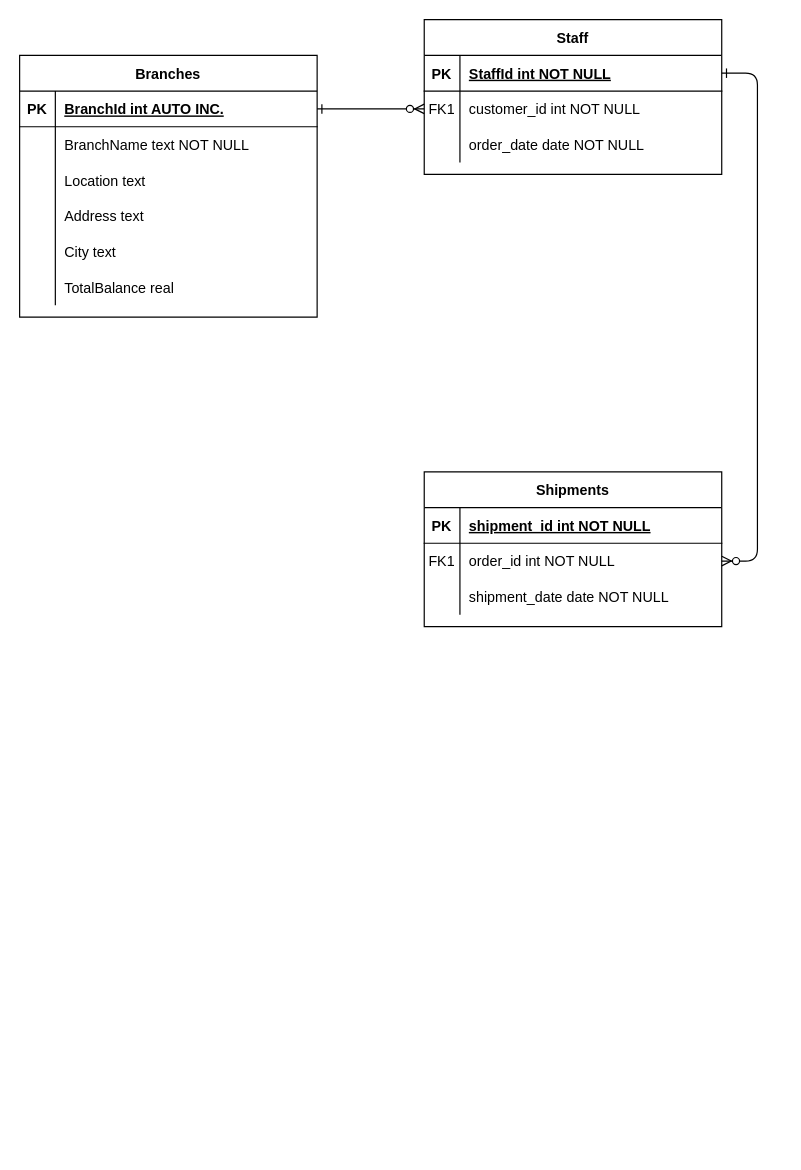
Before: NoteBank.drawio in Eneuss/NoteBank, a draw.io diagram. Source tidied: cells renumbered, new cells numbered last; positions are measured from the earlier drawing's top-left corner, leaving out a move shared by most shapes. Both pictures are drawn from the tidied source at 119%, with x=0, y=0 at pixel (19, 19).
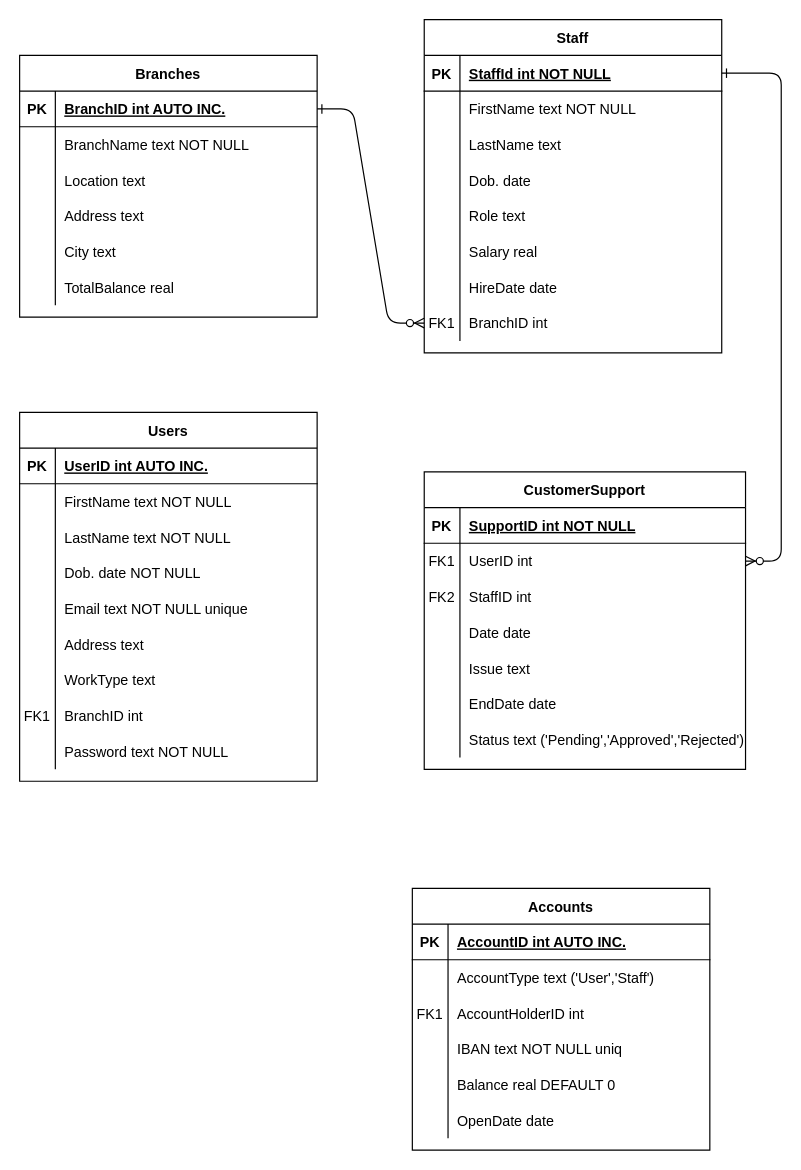
After the change.

Unchanged cells that the change refers to:
```xml
<mxCell id="8" style="shape=partialRectangle;fillColor=none;points=[[0,0.5],[1,0.5]];portConstraint=eastwest;top=0;left=0;right=0;bottom=0;" parent="4" vertex="1">
  <mxGeometry y="60" width="250" height="30" as="geometry" />
</mxCell>
<mxCell id="11" style="shape=partialRectangle;fillColor=none;top=0;left=0;right=0;bottom=0;" parent="4" vertex="1">
  <mxGeometry y="90" width="250" height="30" as="geometry" />
</mxCell>
<mxCell id="25" style="shape=partialRectangle;fillColor=none;points=[[0,0.5],[1,0.5]];portConstraint=eastwest;top=0;left=0;right=0;bottom=1;" parent="24" vertex="1">
  <mxGeometry y="30" width="250" height="30" as="geometry" />
</mxCell>
```

Diff of the diagram source:
```diff
@@
-    <mxCell id="2" style="edgeStyle=entityRelationEdgeStyle;endArrow=ERzeroToMany;startArrow=ERone;endFill=1;startFill=0;" parent="1" edge="1" source="25" target="8">
+    <mxCell id="2" style="edgeStyle=entityRelationEdgeStyle;endArrow=ERzeroToMany;startArrow=ERone;endFill=1;startFill=0;entryX=0;entryY=0.5;entryDx=0;entryDy=0;" parent="1" edge="1" source="25" target="55">
       <mxGeometry relative="1" as="geometry" />
     </mxCell>
@@
     <mxCell id="4" value="Staff" style="shape=table;startSize=30;childLayout=tableLayout;rowLines=0;fontStyle=1;align=center;" parent="1" vertex="1">
-      <mxGeometry x="340" width="250" height="130" as="geometry" />
+      <mxGeometry x="340" width="250" height="280" as="geometry" />
     </mxCell>
@@
-    <mxCell id="9" value="FK1" style="shape=partialRectangle;overflow=hidden;fillColor=none;top=0;left=0;bottom=0;right=0;" parent="8" vertex="1">
+    <mxCell id="9" style="shape=partialRectangle;overflow=hidden;fillColor=none;top=0;left=0;bottom=0;right=0;" parent="8" vertex="1">
       <mxGeometry width="30" height="30" as="geometry" />
     </mxCell>
-    <mxCell id="10" value="customer_id int NOT NULL" style="shape=partialRectangle;overflow=hidden;fillColor=none;top=0;left=0;bottom=0;right=0;align=left;spacingLeft=6;" parent="8" vertex="1">
+    <mxCell id="10" value="FirstName text NOT NULL " style="shape=partialRectangle;overflow=hidden;fillColor=none;top=0;left=0;bottom=0;right=0;align=left;spacingLeft=6;" parent="8" vertex="1">
       <mxGeometry x="30" width="220" height="30" as="geometry" />
     </mxCell>
@@
-    <mxCell id="13" value="order_date date NOT NULL" style="shape=partialRectangle;overflow=hidden;fillColor=none;top=0;left=0;bottom=0;right=0;align=left;spacingLeft=6;" parent="11" vertex="1">
+    <mxCell id="13" value="LastName text" style="shape=partialRectangle;overflow=hidden;fillColor=none;top=0;left=0;bottom=0;right=0;align=left;spacingLeft=6;" parent="11" vertex="1">
       <mxGeometry x="30" width="220" height="30" as="geometry" />
     </mxCell>
+    <mxCell id="43" style="shape=partialRectangle;fillColor=none;top=0;left=0;right=0;bottom=0;" parent="4" vertex="1">
+      <mxGeometry y="120" width="250" height="30" as="geometry" />
+    </mxCell>
+    <mxCell id="44" style="shape=partialRectangle;overflow=hidden;fillColor=none;top=0;left=0;bottom=0;right=0;" parent="43" vertex="1">
+      <mxGeometry width="30" height="30" as="geometry" />
+    </mxCell>
+    <mxCell id="45" value="Dob. date" style="shape=partialRectangle;overflow=hidden;fillColor=none;top=0;left=0;bottom=0;right=0;align=left;spacingLeft=6;" parent="43" vertex="1">
+      <mxGeometry x="30" width="220" height="30" as="geometry" />
+    </mxCell>
+    <mxCell id="46" style="shape=partialRectangle;fillColor=none;top=0;left=0;right=0;bottom=0;" parent="4" vertex="1">
+      <mxGeometry y="150" width="250" height="30" as="geometry" />
+    </mxCell>
+    <mxCell id="47" style="shape=partialRectangle;overflow=hidden;fillColor=none;top=0;left=0;bottom=0;right=0;" parent="46" vertex="1">
+      <mxGeometry width="30" height="30" as="geometry" />
+    </mxCell>
+    <mxCell id="48" value="Role text" style="shape=partialRectangle;overflow=hidden;fillColor=none;top=0;left=0;bottom=0;right=0;align=left;spacingLeft=6;" parent="46" vertex="1">
+      <mxGeometry x="30" width="220" height="30" as="geometry" />
+    </mxCell>
+    <mxCell id="49" style="shape=partialRectangle;fillColor=none;top=0;left=0;right=0;bottom=0;" parent="4" vertex="1">
+      <mxGeometry y="180" width="250" height="30" as="geometry" />
+    </mxCell>
+    <mxCell id="50" style="shape=partialRectangle;overflow=hidden;fillColor=none;top=0;left=0;bottom=0;right=0;" parent="49" vertex="1">
+      <mxGeometry width="30" height="30" as="geometry" />
+    </mxCell>
+    <mxCell id="51" value="Salary real" style="shape=partialRectangle;overflow=hidden;fillColor=none;top=0;left=0;bottom=0;right=0;align=left;spacingLeft=6;" parent="49" vertex="1">
+      <mxGeometry x="30" width="220" height="30" as="geometry" />
+    </mxCell>
+    <mxCell id="52" style="shape=partialRectangle;fillColor=none;top=0;left=0;right=0;bottom=0;" parent="4" vertex="1">
+      <mxGeometry y="210" width="250" height="30" as="geometry" />
+    </mxCell>
+    <mxCell id="53" style="shape=partialRectangle;overflow=hidden;fillColor=none;top=0;left=0;bottom=0;right=0;" parent="52" vertex="1">
+      <mxGeometry width="30" height="30" as="geometry" />
+    </mxCell>
+    <mxCell id="54" value="HireDate date" style="shape=partialRectangle;overflow=hidden;fillColor=none;top=0;left=0;bottom=0;right=0;align=left;spacingLeft=6;" parent="52" vertex="1">
+      <mxGeometry x="30" width="220" height="30" as="geometry" />
+    </mxCell>
+    <mxCell id="55" style="shape=partialRectangle;fillColor=none;points=[[0,0.5],[1,0.5]];portConstraint=eastwest;top=0;left=0;right=0;bottom=0;" parent="4" vertex="1">
+      <mxGeometry y="240" width="250" height="30" as="geometry" />
+    </mxCell>
+    <mxCell id="56" value="FK1" style="shape=partialRectangle;overflow=hidden;fillColor=none;top=0;left=0;bottom=0;right=0;" parent="55" vertex="1">
+      <mxGeometry width="30" height="30" as="geometry" />
+    </mxCell>
+    <mxCell id="57" value="BranchID int" style="shape=partialRectangle;overflow=hidden;fillColor=none;top=0;left=0;bottom=0;right=0;align=left;spacingLeft=6;" parent="55" vertex="1">
+      <mxGeometry x="30" width="220" height="30" as="geometry" />
+    </mxCell>
-    <mxCell id="14" value="Shipments" style="shape=table;startSize=30;childLayout=tableLayout;rowLines=0;fontStyle=1;align=center;" parent="1" vertex="1">
-      <mxGeometry x="340" y="380" width="250" height="130" as="geometry" />
+    <mxCell id="14" value="CustomerSupport" style="shape=table;startSize=30;childLayout=tableLayout;rowLines=0;fontStyle=1;align=center;" parent="1" vertex="1">
+      <mxGeometry x="340" y="380" width="270" height="250" as="geometry" />
     </mxCell>
     <mxCell id="15" style="shape=partialRectangle;fillColor=none;top=0;left=0;right=0;bottom=1;" parent="14" vertex="1">
-      <mxGeometry y="30" width="250" height="30" as="geometry" />
+      <mxGeometry y="30" width="270" height="30" as="geometry" />
     </mxCell>
@@
-    <mxCell id="17" value="shipment_id int NOT NULL " style="shape=partialRectangle;overflow=hidden;fillColor=none;top=0;left=0;bottom=0;right=0;align=left;spacingLeft=6;fontStyle=5;" parent="15" vertex="1">
-      <mxGeometry x="30" width="220" height="30" as="geometry" />
+    <mxCell id="17" value="SupportID int NOT NULL " style="shape=partialRectangle;overflow=hidden;fillColor=none;top=0;left=0;bottom=0;right=0;align=left;spacingLeft=6;fontStyle=5;" parent="15" vertex="1">
+      <mxGeometry x="30" width="240" height="30" as="geometry" />
     </mxCell>
     <mxCell id="18" style="shape=partialRectangle;fillColor=none;points=[[0,0.5],[1,0.5]];portConstraint=eastwest;top=0;left=0;right=0;bottom=0;" parent="14" vertex="1">
-      <mxGeometry y="60" width="250" height="30" as="geometry" />
+      <mxGeometry y="60" width="270" height="30" as="geometry" />
     </mxCell>
@@
-    <mxCell id="20" value="order_id int NOT NULL" style="shape=partialRectangle;overflow=hidden;fillColor=none;top=0;left=0;bottom=0;right=0;align=left;spacingLeft=6;" parent="18" vertex="1">
-      <mxGeometry x="30" width="220" height="30" as="geometry" />
+    <mxCell id="20" value="UserID int" style="shape=partialRectangle;overflow=hidden;fillColor=none;top=0;left=0;bottom=0;right=0;align=left;spacingLeft=6;" parent="18" vertex="1">
+      <mxGeometry x="30" width="240" height="30" as="geometry" />
     </mxCell>
     <mxCell id="21" style="shape=partialRectangle;fillColor=none;top=0;left=0;right=0;bottom=0;" parent="14" vertex="1">
-      <mxGeometry y="90" width="250" height="30" as="geometry" />
+      <mxGeometry y="90" width="270" height="30" as="geometry" />
     </mxCell>
-    <mxCell id="22" style="shape=partialRectangle;overflow=hidden;fillColor=none;top=0;left=0;bottom=0;right=0;" parent="21" vertex="1">
+    <mxCell id="22" value="FK2" style="shape=partialRectangle;overflow=hidden;fillColor=none;top=0;left=0;bottom=0;right=0;" parent="21" vertex="1">
       <mxGeometry width="30" height="30" as="geometry" />
     </mxCell>
-    <mxCell id="23" value="shipment_date date NOT NULL" style="shape=partialRectangle;overflow=hidden;fillColor=none;top=0;left=0;bottom=0;right=0;align=left;spacingLeft=6;" parent="21" vertex="1">
-      <mxGeometry x="30" width="220" height="30" as="geometry" />
+    <mxCell id="23" value="StaffID int" style="shape=partialRectangle;overflow=hidden;fillColor=none;top=0;left=0;bottom=0;right=0;align=left;spacingLeft=6;" parent="21" vertex="1">
+      <mxGeometry x="30" width="240" height="30" as="geometry" />
     </mxCell>
+    <mxCell id="58" style="shape=partialRectangle;fillColor=none;top=0;left=0;right=0;bottom=0;" parent="14" vertex="1">
+      <mxGeometry y="120" width="270" height="30" as="geometry" />
+    </mxCell>
+    <mxCell id="59" style="shape=partialRectangle;overflow=hidden;fillColor=none;top=0;left=0;bottom=0;right=0;" parent="58" vertex="1">
+      <mxGeometry width="30" height="30" as="geometry" />
+    </mxCell>
+    <mxCell id="60" value="Date date" style="shape=partialRectangle;overflow=hidden;fillColor=none;top=0;left=0;bottom=0;right=0;align=left;spacingLeft=6;" parent="58" vertex="1">
+      <mxGeometry x="30" width="240" height="30" as="geometry" />
+    </mxCell>
+    <mxCell id="61" style="shape=partialRectangle;fillColor=none;top=0;left=0;right=0;bottom=0;" parent="14" vertex="1">
+      <mxGeometry y="150" width="270" height="30" as="geometry" />
+    </mxCell>
+    <mxCell id="62" style="shape=partialRectangle;overflow=hidden;fillColor=none;top=0;left=0;bottom=0;right=0;" parent="61" vertex="1">
+      <mxGeometry width="30" height="30" as="geometry" />
+    </mxCell>
+    <mxCell id="63" value="Issue text" style="shape=partialRectangle;overflow=hidden;fillColor=none;top=0;left=0;bottom=0;right=0;align=left;spacingLeft=6;" parent="61" vertex="1">
+      <mxGeometry x="30" width="240" height="30" as="geometry" />
+    </mxCell>
+    <mxCell id="64" style="shape=partialRectangle;fillColor=none;top=0;left=0;right=0;bottom=0;" parent="14" vertex="1">
+      <mxGeometry y="180" width="270" height="30" as="geometry" />
+    </mxCell>
+    <mxCell id="65" style="shape=partialRectangle;overflow=hidden;fillColor=none;top=0;left=0;bottom=0;right=0;" parent="64" vertex="1">
+      <mxGeometry width="30" height="30" as="geometry" />
+    </mxCell>
+    <mxCell id="66" value="EndDate date" style="shape=partialRectangle;overflow=hidden;fillColor=none;top=0;left=0;bottom=0;right=0;align=left;spacingLeft=6;" parent="64" vertex="1">
+      <mxGeometry x="30" width="240" height="30" as="geometry" />
+    </mxCell>
+    <mxCell id="67" style="shape=partialRectangle;fillColor=none;top=0;left=0;right=0;bottom=0;" parent="14" vertex="1">
+      <mxGeometry y="210" width="270" height="30" as="geometry" />
+    </mxCell>
+    <mxCell id="68" style="shape=partialRectangle;overflow=hidden;fillColor=none;top=0;left=0;bottom=0;right=0;" parent="67" vertex="1">
+      <mxGeometry width="30" height="30" as="geometry" />
+    </mxCell>
+    <mxCell id="69" value="Status text ('Pending','Approved','Rejected')" style="shape=partialRectangle;overflow=hidden;fillColor=none;top=0;left=0;bottom=0;right=0;align=left;spacingLeft=6;" parent="67" vertex="1">
+      <mxGeometry x="30" width="240" height="30" as="geometry" />
+    </mxCell>
@@
-    <mxCell id="27" value="BranchId int AUTO INC. " style="shape=partialRectangle;overflow=hidden;fillColor=none;top=0;left=0;bottom=0;right=0;align=left;spacingLeft=6;fontStyle=5;" parent="25" vertex="1">
+    <mxCell id="27" value="BranchID int AUTO INC. " style="shape=partialRectangle;overflow=hidden;fillColor=none;top=0;left=0;bottom=0;right=0;align=left;spacingLeft=6;fontStyle=5;" parent="25" vertex="1">
       <mxGeometry x="30" width="220" height="30" as="geometry" />
     </mxCell>
@@
+    <mxCell id="70" value="Users" style="shape=table;startSize=30;childLayout=tableLayout;rowLines=0;fontStyle=1;align=center;" parent="1" vertex="1">
+      <mxGeometry y="330" width="250" height="310" as="geometry" />
+    </mxCell>
+    <mxCell id="71" style="shape=partialRectangle;fillColor=none;top=0;left=0;right=0;bottom=1;" parent="70" vertex="1">
+      <mxGeometry y="30" width="250" height="30" as="geometry" />
+    </mxCell>
+    <mxCell id="72" value="PK" style="shape=partialRectangle;overflow=hidden;fillColor=none;top=0;left=0;bottom=0;right=0;fontStyle=1;" parent="71" vertex="1">
+      <mxGeometry width="30" height="30" as="geometry" />
+    </mxCell>
+    <mxCell id="73" value="UserID int AUTO INC. " style="shape=partialRectangle;overflow=hidden;fillColor=none;top=0;left=0;bottom=0;right=0;align=left;spacingLeft=6;fontStyle=5;" parent="71" vertex="1">
+      <mxGeometry x="30" width="220" height="30" as="geometry" />
+    </mxCell>
+    <mxCell id="74" style="shape=partialRectangle;fillColor=none;top=0;left=0;right=0;bottom=0;" parent="70" vertex="1">
+      <mxGeometry y="60" width="250" height="30" as="geometry" />
+    </mxCell>
+    <mxCell id="75" style="shape=partialRectangle;overflow=hidden;fillColor=none;top=0;left=0;bottom=0;right=0;" parent="74" vertex="1">
+      <mxGeometry width="30" height="30" as="geometry" />
+    </mxCell>
+    <mxCell id="76" value="FirstName text NOT NULL " style="shape=partialRectangle;overflow=hidden;fillColor=none;top=0;left=0;bottom=0;right=0;align=left;spacingLeft=6;" parent="74" vertex="1">
+      <mxGeometry x="30" width="220" height="30" as="geometry" />
+    </mxCell>
+    <mxCell id="77" style="shape=partialRectangle;fillColor=none;top=0;left=0;right=0;bottom=0;" parent="70" vertex="1">
+      <mxGeometry y="90" width="250" height="30" as="geometry" />
+    </mxCell>
+    <mxCell id="78" style="shape=partialRectangle;overflow=hidden;fillColor=none;top=0;left=0;bottom=0;right=0;" parent="77" vertex="1">
+      <mxGeometry width="30" height="30" as="geometry" />
+    </mxCell>
+    <mxCell id="79" value="LastName text NOT NULL " style="shape=partialRectangle;overflow=hidden;fillColor=none;top=0;left=0;bottom=0;right=0;align=left;spacingLeft=6;" parent="77" vertex="1">
+      <mxGeometry x="30" width="220" height="30" as="geometry" />
+    </mxCell>
+    <mxCell id="80" style="shape=partialRectangle;fillColor=none;top=0;left=0;right=0;bottom=0;" parent="70" vertex="1">
+      <mxGeometry y="120" width="250" height="30" as="geometry" />
+    </mxCell>
+    <mxCell id="81" style="shape=partialRectangle;overflow=hidden;fillColor=none;top=0;left=0;bottom=0;right=0;" parent="80" vertex="1">
+      <mxGeometry width="30" height="30" as="geometry" />
+    </mxCell>
+    <mxCell id="82" value="Dob. date NOT NULL" style="shape=partialRectangle;overflow=hidden;fillColor=none;top=0;left=0;bottom=0;right=0;align=left;spacingLeft=6;" parent="80" vertex="1">
+      <mxGeometry x="30" width="220" height="30" as="geometry" />
+    </mxCell>
+    <mxCell id="83" style="shape=partialRectangle;fillColor=none;top=0;left=0;right=0;bottom=0;" parent="70" vertex="1">
+      <mxGeometry y="150" width="250" height="30" as="geometry" />
+    </mxCell>
+    <mxCell id="84" style="shape=partialRectangle;overflow=hidden;fillColor=none;top=0;left=0;bottom=0;right=0;" parent="83" vertex="1">
+      <mxGeometry width="30" height="30" as="geometry" />
+    </mxCell>
+    <mxCell id="85" value="Email text NOT NULL unique" style="shape=partialRectangle;overflow=hidden;fillColor=none;top=0;left=0;bottom=0;right=0;align=left;spacingLeft=6;" parent="83" vertex="1">
+      <mxGeometry x="30" width="220" height="30" as="geometry" />
+    </mxCell>
+    <mxCell id="86" style="shape=partialRectangle;fillColor=none;top=0;left=0;right=0;bottom=0;" parent="70" vertex="1">
+      <mxGeometry y="180" width="250" height="30" as="geometry" />
+    </mxCell>
+    <mxCell id="87" style="shape=partialRectangle;overflow=hidden;fillColor=none;top=0;left=0;bottom=0;right=0;" parent="86" vertex="1">
+      <mxGeometry width="30" height="30" as="geometry" />
+    </mxCell>
+    <mxCell id="88" value="Address text" style="shape=partialRectangle;overflow=hidden;fillColor=none;top=0;left=0;bottom=0;right=0;align=left;spacingLeft=6;" parent="86" vertex="1">
+      <mxGeometry x="30" width="220" height="30" as="geometry" />
+    </mxCell>
+    <mxCell id="89" style="shape=partialRectangle;fillColor=none;top=0;left=0;right=0;bottom=0;" parent="70" vertex="1">
+      <mxGeometry y="210" width="250" height="30" as="geometry" />
+    </mxCell>
+    <mxCell id="90" style="shape=partialRectangle;overflow=hidden;fillColor=none;top=0;left=0;bottom=0;right=0;" parent="89" vertex="1">
+      <mxGeometry width="30" height="30" as="geometry" />
+    </mxCell>
+    <mxCell id="91" value="WorkType text" style="shape=partialRectangle;overflow=hidden;fillColor=none;top=0;left=0;bottom=0;right=0;align=left;spacingLeft=6;" parent="89" vertex="1">
+      <mxGeometry x="30" width="220" height="30" as="geometry" />
+    </mxCell>
+    <mxCell id="92" style="shape=partialRectangle;fillColor=none;top=0;left=0;right=0;bottom=0;" parent="70" vertex="1">
+      <mxGeometry y="240" width="250" height="30" as="geometry" />
+    </mxCell>
+    <mxCell id="93" value="FK1" style="shape=partialRectangle;overflow=hidden;fillColor=none;top=0;left=0;bottom=0;right=0;" parent="92" vertex="1">
+      <mxGeometry width="30" height="30" as="geometry" />
+    </mxCell>
+    <mxCell id="94" value="BranchID int" style="shape=partialRectangle;overflow=hidden;fillColor=none;top=0;left=0;bottom=0;right=0;align=left;spacingLeft=6;" parent="92" vertex="1">
+      <mxGeometry x="30" width="220" height="30" as="geometry" />
+    </mxCell>
+    <mxCell id="95" style="shape=partialRectangle;fillColor=none;top=0;left=0;right=0;bottom=0;" parent="70" vertex="1">
+      <mxGeometry y="270" width="250" height="30" as="geometry" />
+    </mxCell>
+    <mxCell id="96" style="shape=partialRectangle;overflow=hidden;fillColor=none;top=0;left=0;bottom=0;right=0;" parent="95" vertex="1">
+      <mxGeometry width="30" height="30" as="geometry" />
+    </mxCell>
+    <mxCell id="97" value="Password text NOT NULL" style="shape=partialRectangle;overflow=hidden;fillColor=none;top=0;left=0;bottom=0;right=0;align=left;spacingLeft=6;" parent="95" vertex="1">
+      <mxGeometry x="30" width="220" height="30" as="geometry" />
+    </mxCell>
+    <mxCell id="98" value="Accounts" style="shape=table;startSize=30;childLayout=tableLayout;rowLines=0;fontStyle=1;align=center;" parent="1" vertex="1">
+      <mxGeometry x="330" y="730" width="250" height="220" as="geometry" />
+    </mxCell>
+    <mxCell id="99" style="shape=partialRectangle;fillColor=none;top=0;left=0;right=0;bottom=1;" parent="98" vertex="1">
+      <mxGeometry y="30" width="250" height="30" as="geometry" />
+    </mxCell>
+    <mxCell id="100" value="PK" style="shape=partialRectangle;overflow=hidden;fillColor=none;top=0;left=0;bottom=0;right=0;fontStyle=1;" parent="99" vertex="1">
+      <mxGeometry width="30" height="30" as="geometry" />
+    </mxCell>
+    <mxCell id="101" value="AccountID int AUTO INC. " style="shape=partialRectangle;overflow=hidden;fillColor=none;top=0;left=0;bottom=0;right=0;align=left;spacingLeft=6;fontStyle=5;" parent="99" vertex="1">
+      <mxGeometry x="30" width="220" height="30" as="geometry" />
+    </mxCell>
+    <mxCell id="102" style="shape=partialRectangle;fillColor=none;top=0;left=0;right=0;bottom=0;" parent="98" vertex="1">
+      <mxGeometry y="60" width="250" height="30" as="geometry" />
+    </mxCell>
+    <mxCell id="103" style="shape=partialRectangle;overflow=hidden;fillColor=none;top=0;left=0;bottom=0;right=0;" parent="102" vertex="1">
+      <mxGeometry width="30" height="30" as="geometry" />
+    </mxCell>
+    <mxCell id="104" value="AccountType text ('User','Staff')" style="shape=partialRectangle;overflow=hidden;fillColor=none;top=0;left=0;bottom=0;right=0;align=left;spacingLeft=6;" parent="102" vertex="1">
+      <mxGeometry x="30" width="220" height="30" as="geometry" />
+    </mxCell>
+    <mxCell id="105" style="shape=partialRectangle;fillColor=none;top=0;left=0;right=0;bottom=0;" parent="98" vertex="1">
+      <mxGeometry y="90" width="250" height="30" as="geometry" />
+    </mxCell>
+    <mxCell id="106" value="FK1" style="shape=partialRectangle;overflow=hidden;fillColor=none;top=0;left=0;bottom=0;right=0;" parent="105" vertex="1">
+      <mxGeometry width="30" height="30" as="geometry" />
+    </mxCell>
+    <mxCell id="107" value="AccountHolderID int" style="shape=partialRectangle;overflow=hidden;fillColor=none;top=0;left=0;bottom=0;right=0;align=left;spacingLeft=6;" parent="105" vertex="1">
+      <mxGeometry x="30" width="220" height="30" as="geometry" />
+    </mxCell>
+    <mxCell id="108" style="shape=partialRectangle;fillColor=none;top=0;left=0;right=0;bottom=0;" parent="98" vertex="1">
+      <mxGeometry y="120" width="250" height="30" as="geometry" />
+    </mxCell>
+    <mxCell id="109" style="shape=partialRectangle;overflow=hidden;fillColor=none;top=0;left=0;bottom=0;right=0;" parent="108" vertex="1">
+      <mxGeometry width="30" height="30" as="geometry" />
+    </mxCell>
+    <mxCell id="110" value="IBAN text NOT NULL uniq" style="shape=partialRectangle;overflow=hidden;fillColor=none;top=0;left=0;bottom=0;right=0;align=left;spacingLeft=6;" parent="108" vertex="1">
+      <mxGeometry x="30" width="220" height="30" as="geometry" />
+    </mxCell>
+    <mxCell id="111" style="shape=partialRectangle;fillColor=none;top=0;left=0;right=0;bottom=0;" parent="98" vertex="1">
+      <mxGeometry y="150" width="250" height="30" as="geometry" />
+    </mxCell>
+    <mxCell id="112" style="shape=partialRectangle;overflow=hidden;fillColor=none;top=0;left=0;bottom=0;right=0;" parent="111" vertex="1">
+      <mxGeometry width="30" height="30" as="geometry" />
+    </mxCell>
+    <mxCell id="113" value="Balance real DEFAULT 0" style="shape=partialRectangle;overflow=hidden;fillColor=none;top=0;left=0;bottom=0;right=0;align=left;spacingLeft=6;" parent="111" vertex="1">
+      <mxGeometry x="30" width="220" height="30" as="geometry" />
+    </mxCell>
+    <mxCell id="114" style="shape=partialRectangle;fillColor=none;top=0;left=0;right=0;bottom=0;" parent="98" vertex="1">
+      <mxGeometry y="180" width="250" height="30" as="geometry" />
+    </mxCell>
+    <mxCell id="115" style="shape=partialRectangle;overflow=hidden;fillColor=none;top=0;left=0;bottom=0;right=0;" parent="114" vertex="1">
+      <mxGeometry width="30" height="30" as="geometry" />
+    </mxCell>
+    <mxCell id="116" value="OpenDate date" style="shape=partialRectangle;overflow=hidden;fillColor=none;top=0;left=0;bottom=0;right=0;align=left;spacingLeft=6;" parent="114" vertex="1">
+      <mxGeometry x="30" width="220" height="30" as="geometry" />
+    </mxCell>
```
